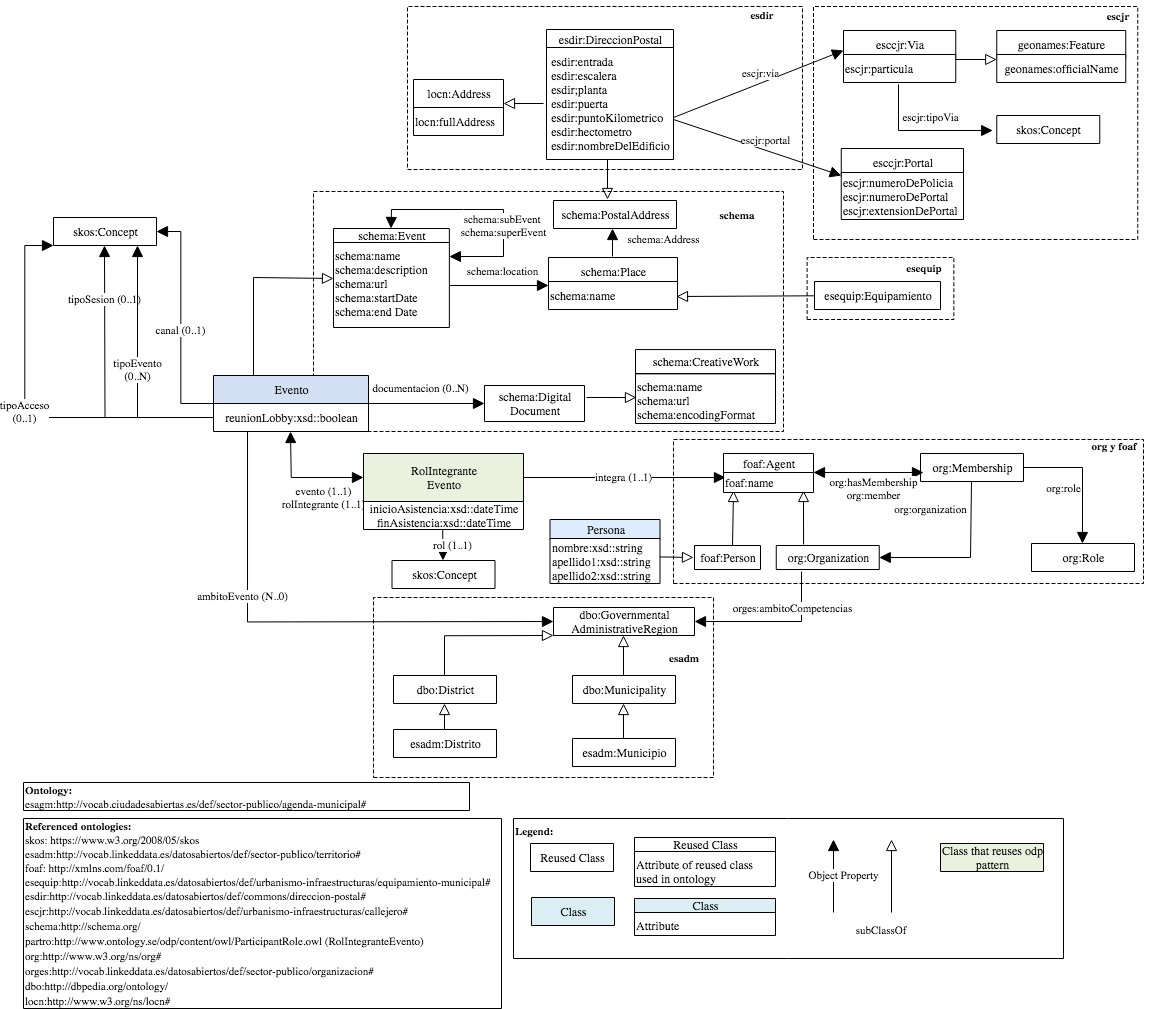
The draw.io diagram OnToology/ontology/agenda-municipal.owl/documentation/resources/images/modeloConceptual.png in CiudadesAbiertas/vocab-sector-publico-agenda-municipal, before a commit. Source tidied: cells renumbered, new cells last; positions are measured from the earlier drawing's top-left corner, leaving out a move shared by most shapes.
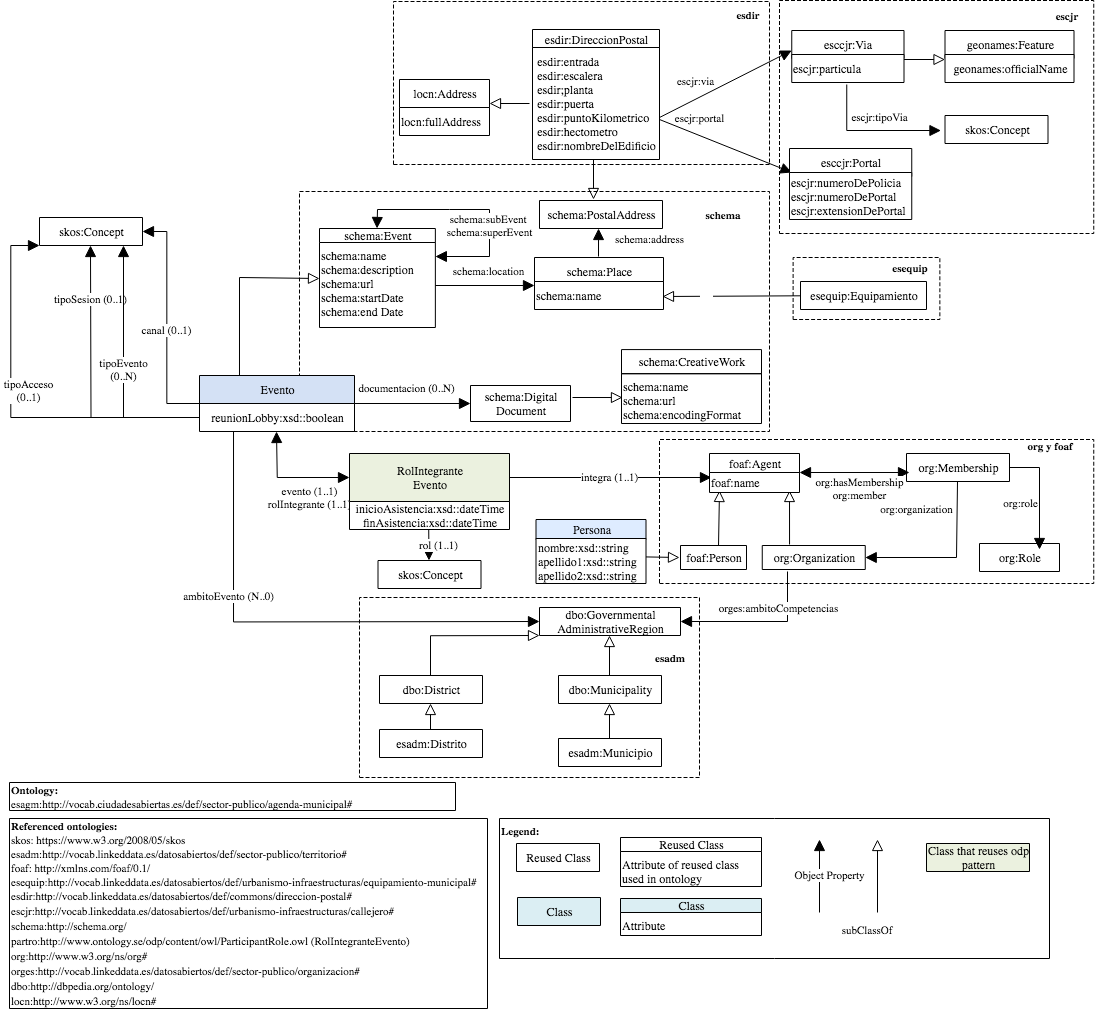
Above is the later version.

The edit, as a diff of the source:
```diff
@@ -8,9 +8,6 @@
     <mxCell id="3" style="vsdxID=327;fillColor=none;gradientColor=none;shape=(stored shape, 160 characters);labelBackgroundColor=none;rounded=0;html=1;whiteSpace=wrap;" parent="1" vertex="1">
       <mxGeometry x="490" y="818" width="550" height="140" as="geometry" />
     </mxCell>
-    <mxCell id="4" style="vsdxID=510;fillColor=none;gradientColor=none;shape=(stored shape, 160 characters);dashed=1;dashPattern=4.00 2.00;labelBackgroundColor=none;rounded=0;html=1;whiteSpace=wrap;" parent="1" vertex="1">
-      <mxGeometry x="790" y="6" width="324.2" height="233" as="geometry" />
-    </mxCell>
     <mxCell id="5" style="vsdxID=18;fillColor=none;gradientColor=none;labelBackgroundColor=none;rounded=0;strokeColor=none;html=1;whiteSpace=wrap;" parent="1" vertex="1">
       <mxGeometry x="310" y="228" width="106" height="100" as="geometry" />
     </mxCell>
@@ -98,7 +95,7 @@
       <mxGeometry x="897" y="453" width="103" height="28" as="geometry" />
     </mxCell>
     <mxCell id="31" value="&lt;font style=&quot;font-size:12px;font-family:Calibri;color:#000000;direction:ltr;letter-spacing:0px;line-height:120%;opacity:1&quot;&gt;org:Role&lt;br/&gt;&lt;/font&gt;" style="verticalAlign=middle;align=center;vsdxID=373;fillColor=none;gradientColor=none;shape=(stored shape, 160 characters);labelBackgroundColor=none;rounded=0;html=1;whiteSpace=wrap;" parent="1" vertex="1">
-      <mxGeometry x="1008" y="543" width="103" height="28" as="geometry" />
+      <mxGeometry x="970" y="543" width="80" height="28" as="geometry" />
     </mxCell>
     <mxCell id="32" value="&lt;font style=&quot;font-size:12px;font-family:Calibri;color:#000000;direction:ltr;letter-spacing:0px;line-height:120%;opacity:1&quot;&gt;dbo:Municipality&lt;br/&gt;&lt;/font&gt;" style="verticalAlign=middle;align=center;vsdxID=378;fillColor=none;gradientColor=none;shape=(stored shape, 160 characters);labelBackgroundColor=none;rounded=0;html=1;whiteSpace=wrap;" parent="1" vertex="1">
       <mxGeometry x="549" y="675" width="103" height="28" as="geometry" />
@@ -116,10 +113,10 @@
       <mxGeometry x="620" y="643" width="80" height="28" as="geometry" />
     </mxCell>
     <mxCell id="37" style="vsdxID=510;fillColor=none;gradientColor=none;shape=(stored shape, 160 characters);dashed=1;dashPattern=4.00 2.00;labelBackgroundColor=none;rounded=0;html=1;whiteSpace=wrap;" parent="1" vertex="1">
-      <mxGeometry x="650" y="439" width="470" height="144" as="geometry" />
+      <mxGeometry x="650" y="439" width="434.2" height="144" as="geometry" />
     </mxCell>
     <mxCell id="38" value="&lt;font style=&quot;font-size: 11px ; font-family: &amp;#34;calibri&amp;#34; ; color: #000000 ; direction: ltr ; letter-spacing: 0px ; line-height: 120% ; opacity: 1&quot;&gt;&lt;b&gt;org y foaf&lt;br&gt;&lt;/b&gt;&lt;/font&gt;" style="verticalAlign=middle;align=center;vsdxID=511;fillColor=none;gradientColor=none;shape=(stored shape, 160 characters);strokeColor=none;labelBackgroundColor=none;rounded=0;html=1;whiteSpace=wrap;" parent="1" vertex="1">
-      <mxGeometry x="1050" y="431" width="80" height="28" as="geometry" />
+      <mxGeometry x="1000" y="431" width="80" height="28" as="geometry" />
     </mxCell>
     <mxCell id="39" value="&lt;font style=&quot;font-size:12px;font-family:Calibri;color:#000000;direction:ltr;letter-spacing:0px;line-height:120%;opacity:1&quot;&gt;dbo:District&lt;br/&gt;&lt;/font&gt;" style="verticalAlign=middle;align=center;vsdxID=513;fillColor=none;gradientColor=none;shape=(stored shape, 160 characters);labelBackgroundColor=none;rounded=0;html=1;whiteSpace=wrap;" parent="1" vertex="1">
       <mxGeometry x="370" y="675" width="103" height="28" as="geometry" />
@@ -150,10 +147,11 @@
         </Array>
       </mxGeometry>
     </mxCell>
-    <mxCell id="46" value="&lt;font style=&quot;font-size:11px;font-family:Calibri;color:#000000;direction:ltr;letter-spacing:0px;line-height:120%;opacity:1&quot;&gt;org:role&lt;br/&gt;&lt;/font&gt;" style="vsdxID=376;edgeStyle=none;startArrow=none;endArrow=block;startSize=9;endSize=9;spacingTop=0;spacingBottom=0;spacingLeft=0;spacingRight=0;verticalAlign=middle;html=1;labelBackgroundColor=#ffffff;rounded=0;align=center;exitX=1;exitY=0.5;exitDx=0;exitDy=0;exitPerimeter=0;entryX=0.49514563106796117;entryY=0;entryDx=0;entryDy=0;entryPerimeter=0;" parent="1" edge="1" source="30" target="31">
+    <mxCell id="46" value="&lt;font style=&quot;font-size:11px;font-family:Calibri;color:#000000;direction:ltr;letter-spacing:0px;line-height:120%;opacity:1&quot;&gt;org:role&lt;br/&gt;&lt;/font&gt;" style="vsdxID=376;edgeStyle=none;startArrow=none;endArrow=block;startSize=9;endSize=9;spacingTop=0;spacingBottom=0;spacingLeft=0;spacingRight=0;verticalAlign=middle;html=1;labelBackgroundColor=#ffffff;rounded=0;align=center;exitX=1;exitY=0.5;exitDx=0;exitDy=0;exitPerimeter=0;" parent="1" edge="1" source="30">
       <mxGeometry x="0.19" y="-19" relative="1" as="geometry">
+        <mxPoint x="1030" y="549" as="targetPoint" />
         <Array as="points">
-          <mxPoint x="1059" y="467" />
+          <mxPoint x="1030" y="467" />
         </Array>
       </mxGeometry>
     </mxCell>
@@ -205,11 +203,12 @@
       </mxGeometry>
     </mxCell>
     <mxCell id="54" value="&lt;font style=&quot;font-size:11px;font-family:Calibri;color:#000000;direction:ltr;letter-spacing:0px;line-height:120%;opacity:1&quot;&gt;tipoAcceso&lt;br/&gt; (0..1)&lt;br/&gt;&lt;/font&gt;" style="vsdxID=28;edgeStyle=none;startArrow=none;endArrow=block;startSize=9;endSize=9;spacingTop=0;spacingBottom=0;spacingLeft=0;spacingRight=0;verticalAlign=middle;html=1;labelBackgroundColor=#ffffff;rounded=0;align=center;exitX=0;exitY=0.5;exitDx=0;exitDy=0;exitPerimeter=0;entryX=0;entryY=1;entryDx=0;entryDy=0;entryPerimeter=0;" parent="1" edge="1" source="42" target="8">
-      <mxGeometry relative="1" as="geometry">
+      <mxGeometry x="-0.13" y="-27" relative="1" as="geometry">
         <Array as="points">
           <mxPoint x="1.3" y="417" />
           <mxPoint x="1.3" y="245" />
         </Array>
+        <mxPoint x="-1" as="offset" />
       </mxGeometry>
     </mxCell>
     <mxCell id="55" style="vsdxID=586;edgeStyle=none;startArrow=none;endFill=0;endArrow=block;startSize=9;endSize=9;spacingTop=0;spacingBottom=0;spacingLeft=0;spacingRight=0;verticalAlign=middle;html=1;labelBackgroundColor=#ffffff;rounded=0;exitX=0.49514563106796117;exitY=0;exitDx=0;exitDy=0;exitPerimeter=0;entryX=0.49514563106796117;entryY=1;entryDx=0;entryDy=0;entryPerimeter=0;" parent="1" edge="1" source="40" target="39">
@@ -332,33 +331,33 @@
       <mxGeometry x="523" y="47" width="127" height="112" as="geometry" />
     </mxCell>
     <mxCell id="82" value="&lt;font style=&quot;font-size: 12px ; font-family: &amp;#34;calibri&amp;#34; ; color: #000000 ; direction: ltr ; letter-spacing: 0px ; line-height: 120% ; opacity: 1&quot;&gt;esccjr:Via&lt;br&gt;&lt;/font&gt;" style="verticalAlign=middle;align=center;vsdxID=115;fillColor=#FFFFFF;gradientColor=none;shape=(stored shape, 160 characters);labelBackgroundColor=none;rounded=0;html=1;whiteSpace=wrap;" parent="1" vertex="1">
-      <mxGeometry x="820" y="30" width="112.2" height="28" as="geometry" />
+      <mxGeometry x="782.2" y="30" width="112.2" height="28" as="geometry" />
     </mxCell>
     <mxCell id="83" value="&lt;div&gt;&lt;span style=&quot;font-family: &amp;#34;calibri&amp;#34; ; letter-spacing: 0px&quot;&gt;escjr:particula&lt;/span&gt;&lt;/div&gt;" style="verticalAlign=middle;align=left;vsdxID=332;fillColor=#FFFFFF;gradientColor=none;shape=(stored shape, 160 characters);labelBackgroundColor=none;rounded=0;html=1;whiteSpace=wrap;" parent="1" vertex="1">
-      <mxGeometry x="820" y="54" width="112.2" height="28" as="geometry" />
+      <mxGeometry x="782.2" y="54" width="112.2" height="28" as="geometry" />
     </mxCell>
     <mxCell id="84" style="vsdxID=223;edgeStyle=none;startArrow=none;endFill=0;endArrow=block;startSize=9;endSize=9;spacingTop=0;spacingBottom=0;spacingLeft=0;spacingRight=0;verticalAlign=middle;html=1;labelBackgroundColor=#ffffff;rounded=0;exitX=1;exitY=0.179;exitDx=0;exitDy=0;exitPerimeter=0;entryX=0;entryY=0.179;entryDx=0;entryDy=0;entryPerimeter=0;" parent="1" edge="1" source="83" target="86">
       <mxGeometry relative="1" as="geometry" />
     </mxCell>
     <mxCell id="85" value="&lt;font style=&quot;font-size: 12px ; font-family: &amp;#34;calibri&amp;#34; ; color: #000000 ; direction: ltr ; letter-spacing: 0px ; line-height: 120% ; opacity: 1&quot;&gt;geonames:Feature&lt;br&gt;&lt;/font&gt;" style="verticalAlign=middle;align=center;vsdxID=115;fillColor=#FFFFFF;gradientColor=none;shape=(stored shape, 160 characters);labelBackgroundColor=none;rounded=0;html=1;whiteSpace=wrap;" parent="1" vertex="1">
-      <mxGeometry x="973.2" y="30" width="129" height="28" as="geometry" />
+      <mxGeometry x="935.5" y="30" width="129" height="28" as="geometry" />
     </mxCell>
     <mxCell id="86" value="&lt;font style=&quot;font-size: 12px ; font-family: &amp;#34;calibri&amp;#34; ; color: #000000 ; direction: ltr ; letter-spacing: 0px ; line-height: 120% ; opacity: 1&quot;&gt;geonames:officialName&lt;br&gt;&lt;/font&gt;" style="verticalAlign=middle;align=center;vsdxID=332;fillColor=#FFFFFF;gradientColor=none;shape=(stored shape, 160 characters);labelBackgroundColor=none;rounded=0;html=1;whiteSpace=wrap;" parent="1" vertex="1">
-      <mxGeometry x="973.2" y="54" width="129" height="28" as="geometry" />
+      <mxGeometry x="935.5" y="54" width="129" height="28" as="geometry" />
     </mxCell>
     <mxCell id="87" value="&lt;font style=&quot;font-size: 11px ; font-family: &amp;#34;calibri&amp;#34; ; color: #000000 ; direction: ltr ; letter-spacing: 0px ; line-height: 120% ; opacity: 1&quot;&gt;escjr:via&lt;br&gt;&lt;/font&gt;" style="vsdxID=116;edgeStyle=none;startArrow=none;endArrow=block;startSize=9;endSize=9;spacingTop=0;spacingBottom=0;spacingLeft=0;spacingRight=0;verticalAlign=middle;html=1;labelBackgroundColor=#ffffff;rounded=0;align=center;entryX=0;entryY=-0.143;entryDx=0;entryDy=0;entryPerimeter=0;" parent="1" edge="1" target="83">
-      <mxGeometry x="0.06" y="9" relative="1" as="geometry">
+      <mxGeometry x="-0.34" y="16" relative="1" as="geometry">
         <mxPoint x="650" y="117" as="sourcePoint" />
       </mxGeometry>
     </mxCell>
     <mxCell id="88" value="&lt;font style=&quot;font-size:12px;font-family:Calibri;color:#000000;direction:ltr;letter-spacing:0px;line-height:120%;opacity:1&quot;&gt;skos:Concept&lt;br/&gt;&lt;/font&gt;" style="verticalAlign=middle;align=center;vsdxID=25;fillColor=#FFFFFF;gradientColor=none;shape=(stored shape, 160 characters);labelBackgroundColor=none;rounded=0;html=1;whiteSpace=wrap;" parent="1" vertex="1">
-      <mxGeometry x="973.2" y="115" width="103" height="28" as="geometry" />
+      <mxGeometry x="935.5" y="115" width="103" height="28" as="geometry" />
     </mxCell>
     <mxCell id="89" value="&lt;font style=&quot;font-size: 11px ; font-family: &amp;#34;calibri&amp;#34; ; color: #000000 ; direction: ltr ; letter-spacing: 0px ; line-height: 120% ; opacity: 1&quot;&gt;&lt;br&gt;&lt;/font&gt;" style="vsdxID=377;edgeStyle=none;startArrow=none;endArrow=block;startSize=9;endSize=9;spacingTop=0;spacingBottom=0;spacingLeft=0;spacingRight=0;verticalAlign=middle;html=1;labelBackgroundColor=#ffffff;rounded=0;align=center;entryX=-0.039;entryY=0.536;entryDx=0;entryDy=0;entryPerimeter=0;" parent="1" edge="1" target="88">
       <mxGeometry x="-0.53" y="-90" relative="1" as="geometry">
-        <mxPoint x="875" y="84" as="sourcePoint" />
+        <mxPoint x="837.2" y="84" as="sourcePoint" />
         <Array as="points">
-          <mxPoint x="875" y="130" />
+          <mxPoint x="837.2" y="130" />
         </Array>
       </mxGeometry>
     </mxCell>
@@ -372,11 +371,14 @@
         <mxPoint x="653" y="296" as="sourcePoint" />
       </mxGeometry>
     </mxCell>
+    <mxCell id="111" value="&amp;nbsp; &amp;nbsp;&amp;nbsp;" style="text;html=1;align=center;verticalAlign=middle;labelBackgroundColor=#ffffff;" parent="91" vertex="1">
+      <mxGeometry x="-0.36" relative="1" as="geometry" />
+    </mxCell>
     <mxCell id="92" value="&lt;font style=&quot;font-size: 11px ; font-family: &amp;#34;calibri&amp;#34; ; color: #000000 ; direction: ltr ; letter-spacing: 0px ; line-height: 120% ; opacity: 1&quot;&gt;&lt;b&gt;esdir&lt;br&gt;&lt;/b&gt;&lt;/font&gt;" style="verticalAlign=middle;align=center;vsdxID=511;fillColor=none;gradientColor=none;shape=(stored shape, 160 characters);strokeColor=none;labelBackgroundColor=none;rounded=0;html=1;whiteSpace=wrap;" parent="1" vertex="1">
       <mxGeometry x="697" width="82" height="28" as="geometry" />
     </mxCell>
     <mxCell id="93" value="&lt;font style=&quot;font-size: 11px ; font-family: &amp;#34;calibri&amp;#34; ; color: #000000 ; direction: ltr ; letter-spacing: 0px ; line-height: 120% ; opacity: 1&quot;&gt;&lt;b&gt;escjr&lt;br&gt;&lt;/b&gt;&lt;/font&gt;" style="verticalAlign=middle;align=center;vsdxID=511;fillColor=none;gradientColor=none;shape=(stored shape, 160 characters);strokeColor=none;labelBackgroundColor=none;rounded=0;html=1;whiteSpace=wrap;" parent="1" vertex="1">
-      <mxGeometry x="1054.2" y="1" width="80" height="28" as="geometry" />
+      <mxGeometry x="1016.5" y="1" width="80" height="28" as="geometry" />
     </mxCell>
     <mxCell id="94" style="vsdxID=510;fillColor=none;gradientColor=none;shape=(stored shape, 160 characters);dashed=1;dashPattern=4.00 2.00;labelBackgroundColor=none;rounded=0;html=1;whiteSpace=wrap;" parent="1" vertex="1">
       <mxGeometry x="783.6" y="257" width="146.8" height="62" as="geometry" />
@@ -395,12 +397,13 @@
       </mxGeometry>
     </mxCell>
     <mxCell id="98" value="&lt;font style=&quot;font-size: 11px ; font-family: &amp;#34;calibri&amp;#34; ; color: #000000 ; direction: ltr ; letter-spacing: 0px ; line-height: 120% ; opacity: 1&quot;&gt;escjr:portal&lt;br&gt;&lt;/font&gt;" style="vsdxID=116;edgeStyle=none;startArrow=none;endArrow=block;startSize=9;endSize=9;spacingTop=0;spacingBottom=0;spacingLeft=0;spacingRight=0;verticalAlign=middle;html=1;labelBackgroundColor=#ffffff;rounded=0;align=center;" parent="1" edge="1" target="101">
-      <mxGeometry x="0.06" y="9" relative="1" as="geometry">
+      <mxGeometry x="-0.46" y="16" relative="1" as="geometry">
         <mxPoint x="650" y="119" as="sourcePoint" />
+        <mxPoint x="-1" as="offset" />
       </mxGeometry>
     </mxCell>
     <mxCell id="99" style="group;" parent="1" vertex="1">
-      <mxGeometry x="817.8" y="148" width="122.2" height="71" as="geometry" />
+      <mxGeometry x="780" y="148" width="304.2" height="85" as="geometry" />
     </mxCell>
     <mxCell id="100" value="&lt;font style=&quot;font-size: 12px ; font-family: &amp;#34;calibri&amp;#34; ; color: #000000 ; direction: ltr ; letter-spacing: 0px ; line-height: 120% ; opacity: 1&quot;&gt;esccjr:Portal&lt;br&gt;&lt;/font&gt;" style="verticalAlign=middle;align=center;vsdxID=115;fillColor=#FFFFFF;gradientColor=none;shape=(stored shape, 160 characters);labelBackgroundColor=none;rounded=0;html=1;whiteSpace=wrap;" parent="99" vertex="1">
       <mxGeometry width="122.2" height="28" as="geometry" />
@@ -408,6 +411,9 @@
     <mxCell id="101" value="&lt;div&gt;&lt;span style=&quot;font-family: &amp;#34;calibri&amp;#34; ; letter-spacing: 0px&quot;&gt;escjr:numeroDePolicia&lt;br&gt;&lt;/span&gt;&lt;/div&gt;&lt;div&gt;&lt;span style=&quot;font-family: &amp;#34;calibri&amp;#34; ; letter-spacing: 0px&quot;&gt;escjr:numeroDePortal&lt;/span&gt;&lt;/div&gt;&lt;div&gt;&lt;span style=&quot;font-family: &amp;#34;calibri&amp;#34; ; letter-spacing: 0px&quot;&gt;escjr:extensionDePortal&lt;/span&gt;&lt;/div&gt;" style="verticalAlign=middle;align=left;vsdxID=332;fillColor=#FFFFFF;gradientColor=none;shape=(stored shape, 160 characters);labelBackgroundColor=none;rounded=0;html=1;whiteSpace=wrap;" parent="99" vertex="1">
       <mxGeometry y="24" width="122.2" height="47" as="geometry" />
     </mxCell>
+    <mxCell id="4" style="vsdxID=510;fillColor=none;gradientColor=none;shape=(stored shape, 160 characters);dashed=1;dashPattern=4.00 2.00;labelBackgroundColor=none;rounded=0;html=1;whiteSpace=wrap;" parent="99" vertex="1">
+      <mxGeometry x="-10" y="-148" width="314.2" height="233" as="geometry" />
+    </mxCell>
     <mxCell id="102" value="&lt;font style=&quot;font-size: 12px ; font-family: &amp;#34;calibri&amp;#34; ; color: #000000 ; direction: ltr ; letter-spacing: 0px ; line-height: 120% ; opacity: 1&quot;&gt;schema:PostalAddress&lt;br&gt;&lt;/font&gt;" style="verticalAlign=middle;align=center;vsdxID=25;fillColor=#FFFFFF;gradientColor=none;shape=(stored shape, 160 characters);labelBackgroundColor=none;rounded=0;html=1;whiteSpace=wrap;" parent="1" vertex="1">
       <mxGeometry x="530" y="200" width="123" height="28" as="geometry" />
     </mxCell>
@@ -417,7 +423,7 @@
         <mxPoint x="584" y="159" as="targetPoint" />
       </mxGeometry>
     </mxCell>
-    <mxCell id="104" value="&lt;font style=&quot;font-size: 11px ; font-family: &amp;#34;calibri&amp;#34; ; color: #000000 ; direction: ltr ; letter-spacing: 0px ; line-height: 120% ; opacity: 1&quot;&gt;schema:Address&lt;br&gt;&lt;/font&gt;" style="vsdxID=116;edgeStyle=none;startArrow=none;endArrow=block;startSize=9;endSize=9;spacingTop=0;spacingBottom=0;spacingLeft=0;spacingRight=0;verticalAlign=middle;html=1;labelBackgroundColor=#ffffff;rounded=0;align=center;entryX=0.48;entryY=1;entryDx=0;entryDy=0;entryPerimeter=0;" parent="1" edge="1" target="102">
+    <mxCell id="104" value="&lt;font style=&quot;font-size: 11px ; font-family: &amp;#34;calibri&amp;#34; ; color: #000000 ; direction: ltr ; letter-spacing: 0px ; line-height: 120% ; opacity: 1&quot;&gt;schema:address&lt;br&gt;&lt;/font&gt;" style="vsdxID=116;edgeStyle=none;startArrow=none;endArrow=block;startSize=9;endSize=9;spacingTop=0;spacingBottom=0;spacingLeft=0;spacingRight=0;verticalAlign=middle;html=1;labelBackgroundColor=#ffffff;rounded=0;align=center;entryX=0.48;entryY=1;entryDx=0;entryDy=0;entryPerimeter=0;" parent="1" edge="1" target="102">
       <mxGeometry x="0.22" y="-51" relative="1" as="geometry">
         <mxPoint x="589" y="256" as="sourcePoint" />
       </mxGeometry>
@@ -429,7 +435,7 @@
       </mxGeometry>
     </mxCell>
     <mxCell id="106" style="vsdxID=510;fillColor=none;gradientColor=none;shape=(stored shape, 160 characters);dashed=1;dashPattern=4.00 2.00;labelBackgroundColor=none;rounded=0;html=1;whiteSpace=wrap;" parent="1" vertex="1">
-      <mxGeometry x="384" y="6" width="395" height="163" as="geometry" />
+      <mxGeometry x="384" y="1" width="376" height="163" as="geometry" />
     </mxCell>
     <mxCell id="107" style="group;" parent="1" vertex="1">
       <mxGeometry x="390" y="79" width="90" height="56" as="geometry" />
```
